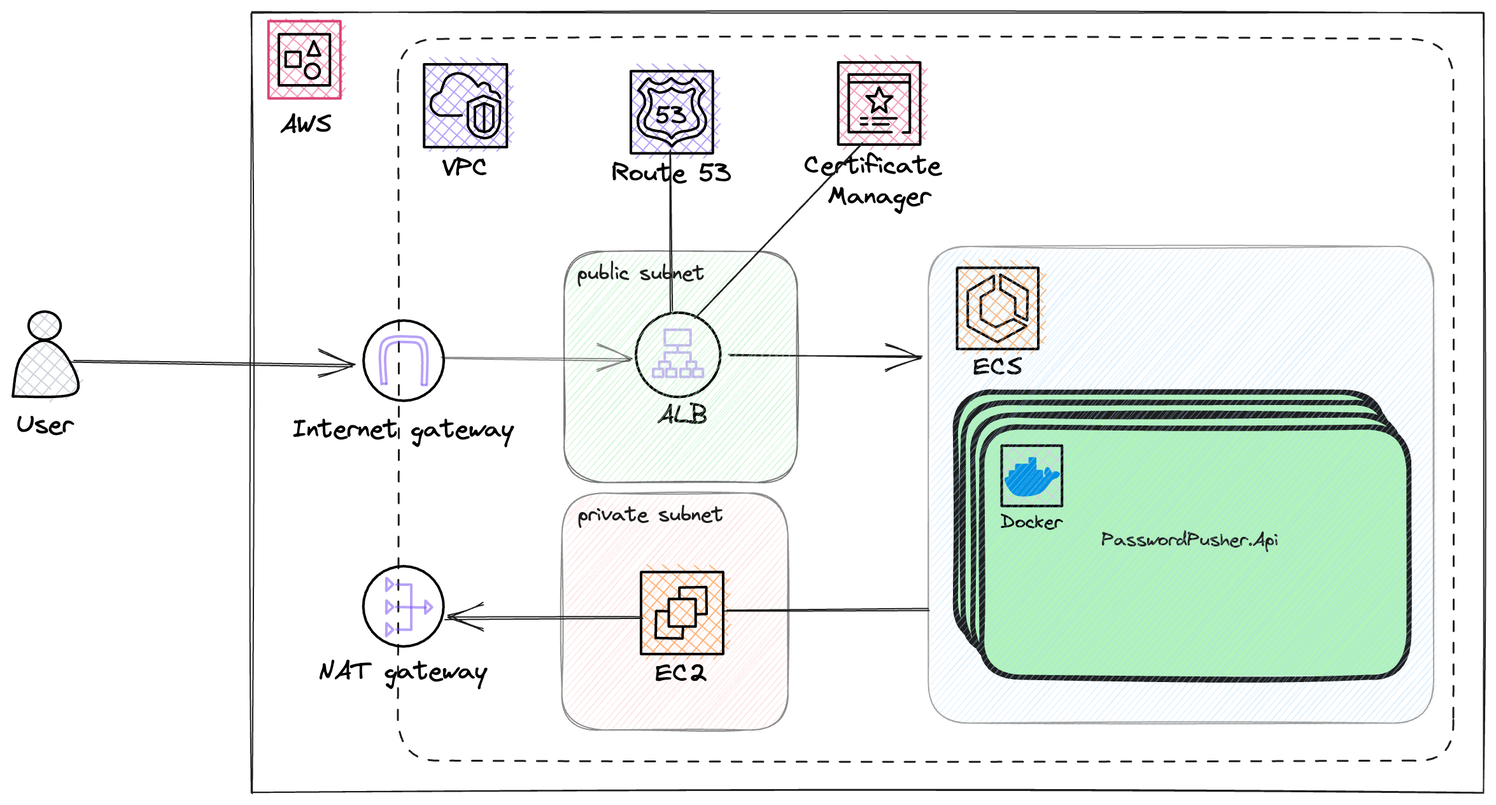
The Excalidraw diagram docs/password-pusher.png in Jos1k/PasswordPusher, before a commit. Source tidied: one line per element, renumbered; positions are measured from the earlier drawing's top-left corner, leaving out a move shared by most shapes.
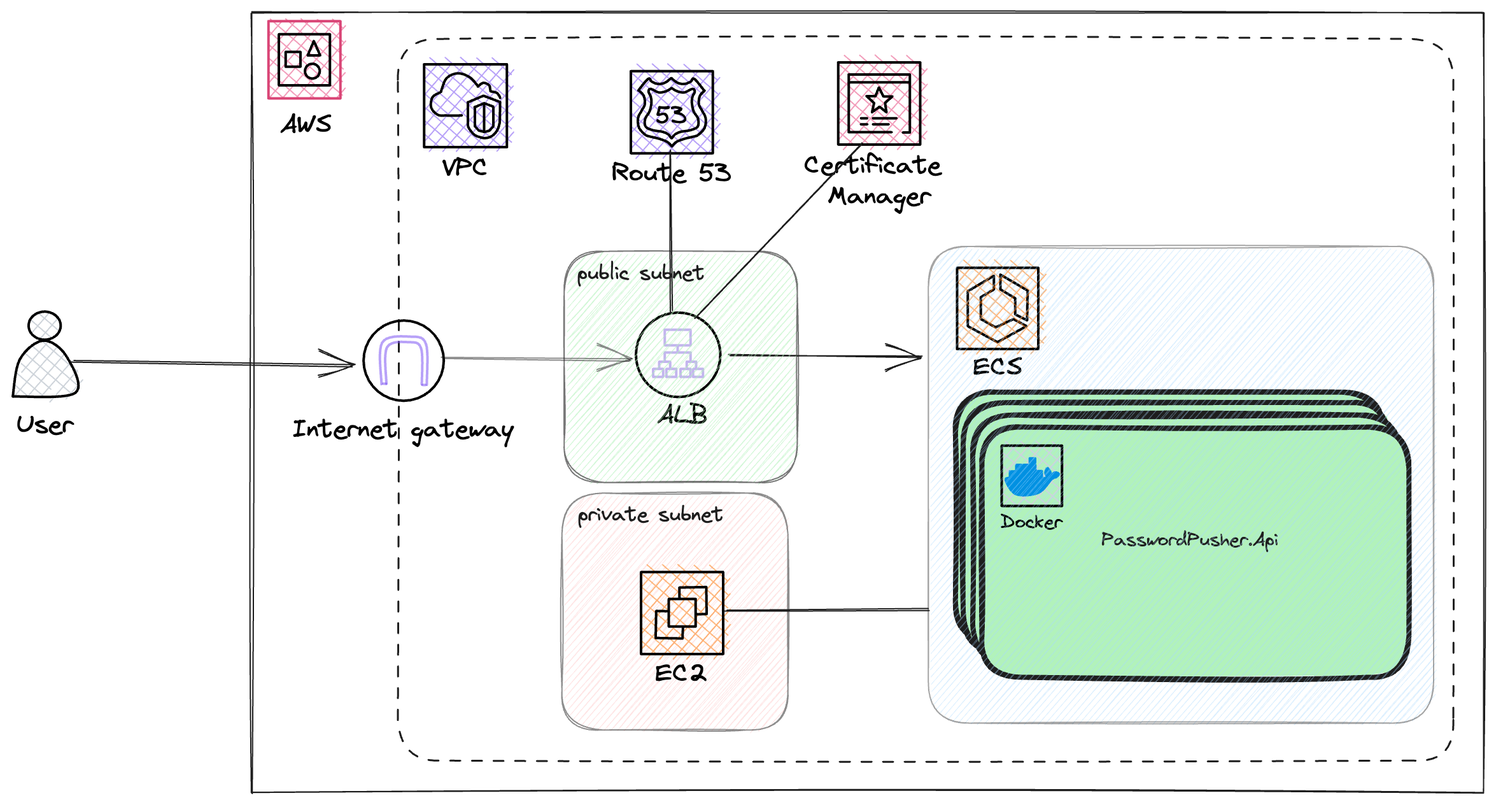
After the change.

Change to the diagram source:
```diff
@@ -74,14 +74,6 @@
 {"id": 73, "type": "line", "strokeColor": "#000000", "strokeWidth": 2, "roughness": 0, "round": true, "x": 543, "y": 61, "width": 26, "height": 10, "points": [[0, 0], [-8, -9], [-11, -7], [-15, -5], [-19, -5], [-22, -7], [-26, -10]]}
 {"id": 74, "type": "line", "strokeColor": "#000000", "strokeWidth": 2, "roughness": 0, "round": true, "x": 517, "y": 59, "width": 21, "height": 39, "points": [[0, 0], [-4, 2], [-10, 3], [-16, 1], [-18, 3], [-16, 7], [-16, 11], [-17, 18], [-21, 24], [-20, 30], [-14, 33], [-7, 34], [-3, 36], [0, 39]]}
 {"id": 75, "type": "line", "strokeColor": "#000000", "strokeWidth": 2, "roughness": 0, "round": true, "x": 518, "y": 59, "width": 21, "height": 39, "points": [[0, 0], [4, 2], [10, 3], [16, 1], [18, 3], [16, 7], [16, 11], [17, 18], [21, 24], [20, 30], [14, 33], [7, 34], [3, 36], [0, 39]]}
-{"id": 76, "type": "text", "text": "NAT gateway", "strokeColor": "#000000", "strokeWidth": 1, "roughness": 1, "fontSize": 20, "fontFamily": 1, "x": 240, "y": 505, "width": 133, "height": 24}
-{"id": 77, "type": "ellipse", "strokeColor": "#000000", "strokeWidth": 2, "roughness": 0, "x": 275, "y": 435, "width": 63, "height": 63}
-{"id": 78, "type": "line", "strokeColor": "#7950f288", "angle": 3.16, "backgroundColor": "#ff00", "fillStyle": "solid", "strokeWidth": 2, "roughness": 0, "x": 301, "y": 467, "width": 23, "height": 0, "points": [[0, 0], [23, 0]]}
-{"id": 79, "type": "line", "strokeColor": "#7950f288", "angle": 3.14, "backgroundColor": "#ff00", "fillStyle": "solid", "strokeWidth": 2, "roughness": 0, "x": 313, "y": 449, "width": 12, "height": 36, "points": [[0, 0], [-12, 0], [-11, 35], [0, 35]]}
-{"id": 80, "type": "line", "strokeColor": "#7950f288", "angle": 1.59, "strokeWidth": 2, "roughness": 0, "x": 327, "y": 464, "width": 10, "height": 5, "points": [[0, 0], [5, 5], [0, 5], [-5, 5], [0, 0]]}
-{"id": 81, "type": "line", "strokeColor": "#7950f288", "angle": 1.59, "strokeWidth": 2, "roughness": 0, "x": 296, "y": 464, "width": 10, "height": 5, "points": [[0, 0], [5, 5], [0, 5], [-5, 5], [0, 0]]}
-{"id": 82, "type": "line", "strokeColor": "#7950f288", "angle": 1.59, "strokeWidth": 2, "roughness": 0, "x": 296, "y": 482, "width": 10, "height": 5, "points": [[0, 0], [5, 5], [0, 5], [-5, 5], [0, 0]]}
-{"id": 83, "type": "line", "strokeColor": "#7950f288", "angle": 1.59, "strokeWidth": 2, "roughness": 0, "x": 296, "y": 446, "width": 10, "height": 5, "points": [[0, 0], [5, 5], [0, 5], [-5, 5], [0, 0]]}
 {"id": 84, "type": "text", "text": "Certificate \nManager", "strokeColor": "#000000", "strokeWidth": 1, "roughness": 1, "fontSize": 20, "fontFamily": 1, "textAlign": "center", "x": 622, "y": 109, "width": 118, "height": 48}
 {"id": 85, "type": "rectangle", "strokeColor": "#000000", "backgroundColor": "#e6498088", "fillStyle": "cross-hatch", "strokeWidth": 2, "roughness": 0, "x": 648, "y": 39, "width": 64, "height": 64}
 {"id": 86, "type": "line", "strokeColor": "#000000", "strokeWidth": 2, "roughness": 0, "x": 690, "y": 94, "width": 48, "height": 46, "points": [[0, 0], [-34, 0], [-34, -45], [14, -45], [14, 0], [9, 0]]}
@@ -92,7 +84,6 @@
 {"id": 91, "type": "line", "strokeColor": "#000000", "strokeWidth": 2, "roughness": 0, "x": 676, "y": 88, "width": 12, "height": 0, "points": [[0, 0], [12, 0]]}
 {"id": 92, "type": "line", "strokeColor": "#000000", "strokeWidth": 2, "roughness": 0, "x": 678, "y": 65, "width": 20, "height": 19, "points": [[0, 0], [3, -7], [6, 0], [13, 0], [8, 5], [9, 13], [3, 8], [-3, 13], [-1, 5], [-7, 0], [0, 0]]}
 {"id": 93, "type": "rectangle", "strokeColor": "#1e1e1e", "backgroundColor": "#a5d8ff", "fillStyle": "hachure", "strokeWidth": 1, "roughness": 1, "opacity": 40, "round": true, "x": 719, "y": 183, "width": 397, "height": 374}
-{"id": 94, "type": "arrow", "strokeColor": "#1e1e1e", "strokeWidth": 1, "roughness": 1, "endArrowhead": "arrow", "round": true, "to": 77, "x": 494, "y": 476, "width": 154, "height": 0, "points": [[0, 0], [-154, 0]]}
 {"id": 95, "type": "text", "text": "public subnet", "strokeColor": "#1e1e1e", "strokeWidth": 1, "roughness": 1, "fontSize": 16, "fontFamily": 1, "x": 444, "y": 195, "width": 100, "height": 20}
 {"id": 96, "type": "text", "text": "private subnet", "strokeColor": "#1e1e1e", "strokeWidth": 1, "roughness": 1, "fontSize": 16, "fontFamily": 1, "x": 444, "y": 385, "width": 114, "height": 20}
 {"id": 97, "type": "line", "strokeColor": "#1e1e1e", "strokeWidth": 1, "roughness": 1, "round": true, "x": 518, "y": 235, "width": 3, "height": 126, "points": [[0, 0], [-3, -126]]}
```
